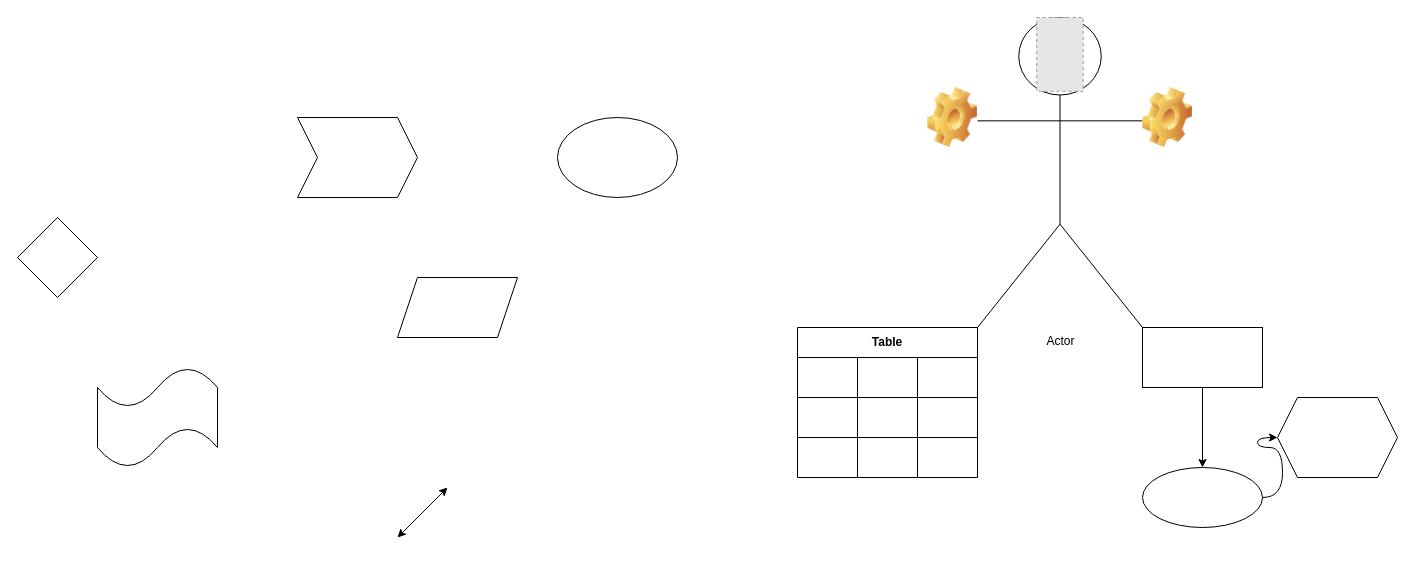
The draw.io diagram 未命名绘图.drawio in hanjiaxiaozhi/drawio, before the edit. Source tidied: cells renumbered, new cells numbered last; positions are measured from the earlier drawing's top-left corner, leaving out a move shared by most shapes. Both pictures are drawn from the tidied source at 100%, with x=0, y=0 at pixel (17, 17). Pictures stored in the file or linked from it are replaced by grey dashed boxes.
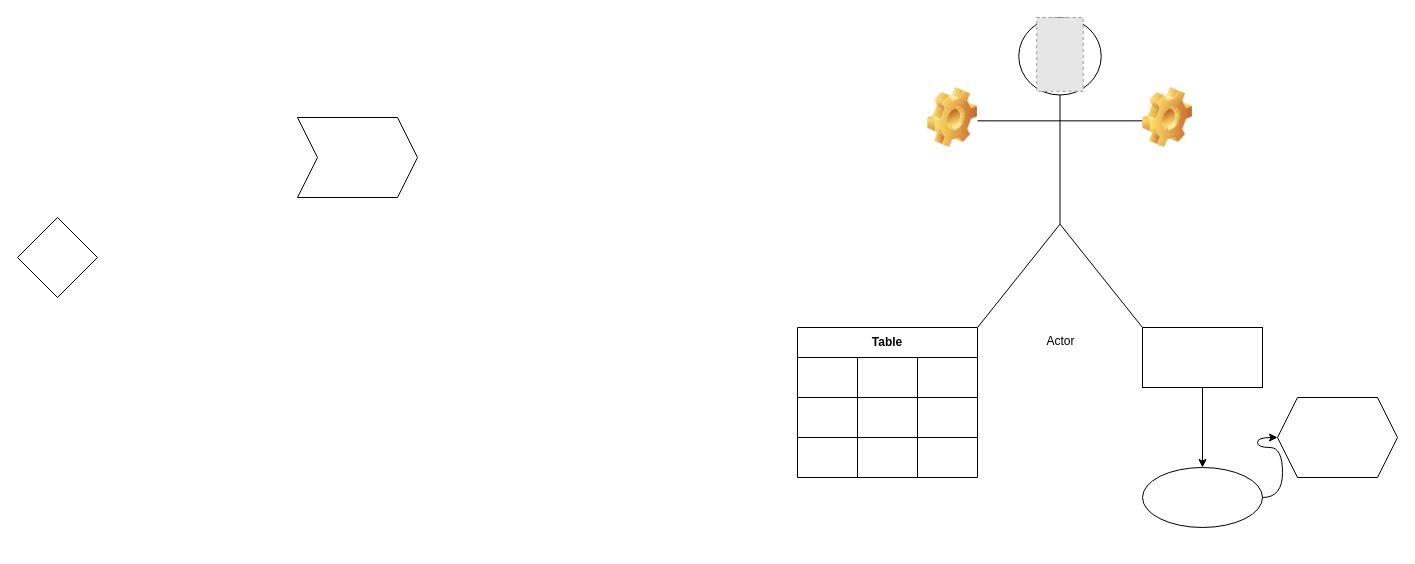
The same diagram, later.

What changed in the source:
```diff
@@
-    <mxCell id="24" style="ellipse;whiteSpace=wrap;html=1;" parent="1" vertex="1">
-      <mxGeometry x="540" y="100" width="120" height="80" as="geometry" />
-    </mxCell>
-    <mxCell id="25" style="shape=parallelogram;perimeter=parallelogramPerimeter;whiteSpace=wrap;html=1;fixedSize=1;" parent="1" vertex="1">
-      <mxGeometry x="380" y="260" width="120" height="60" as="geometry" />
-    </mxCell>
-    <mxCell id="26" style="endArrow=classic;startArrow=classic;html=1;" parent="1" edge="1">
-      <mxGeometry relative="1" as="geometry">
-        <mxPoint x="380" y="520" as="sourcePoint" />
-        <mxPoint x="430" y="470" as="targetPoint" />
-      </mxGeometry>
-    </mxCell>
@@
-    <mxCell id="29" style="shape=tape;whiteSpace=wrap;html=1;" parent="1" vertex="1">
-      <mxGeometry x="80" y="350" width="120" height="100" as="geometry" />
-    </mxCell>
```
